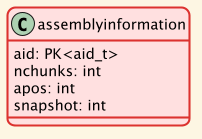
eLyKseeR/modelling keeps this PlantUML diagram as out/relations.uml/assembly/assemblyinformation.png. Above is the earlier version.
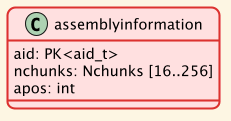
The same file after the commit.

Change to the diagram source:
```diff
@@ -4,8 +4,7 @@
 
 class assemblyinformation {
     aid: PK<aid_t>
-    nchunks: int
+    nchunks: Nchunks [16..256]
     apos: int
-    snapshot: int
 }
 @enduml
```
